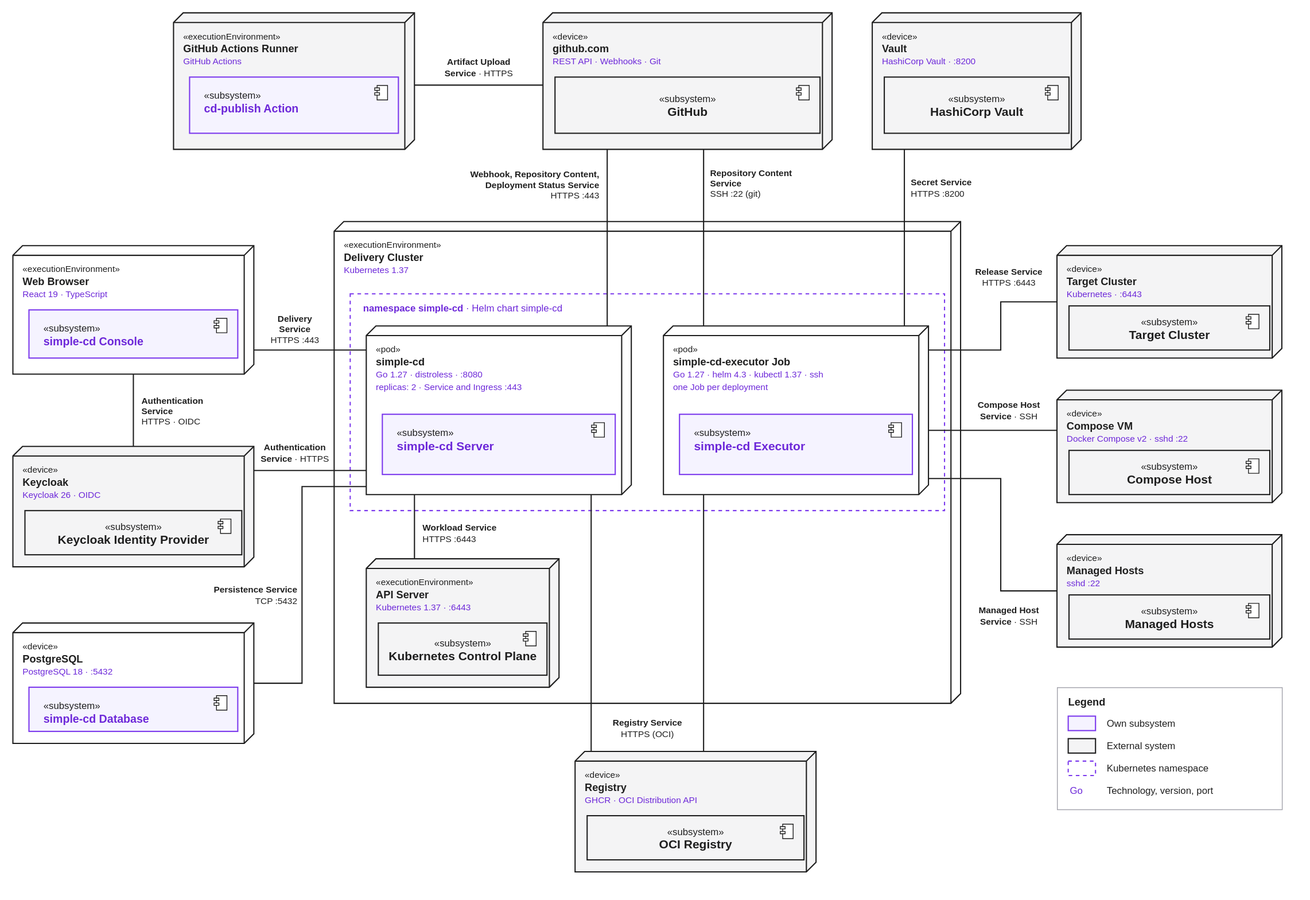
The draw.io diagram docs/architecture/uml/deployment.svg in Mtze/simple-cd, before a commit. Source tidied: cells renumbered, new cells last; positions are measured from the earlier drawing's top-left corner, leaving out a move shared by most shapes.
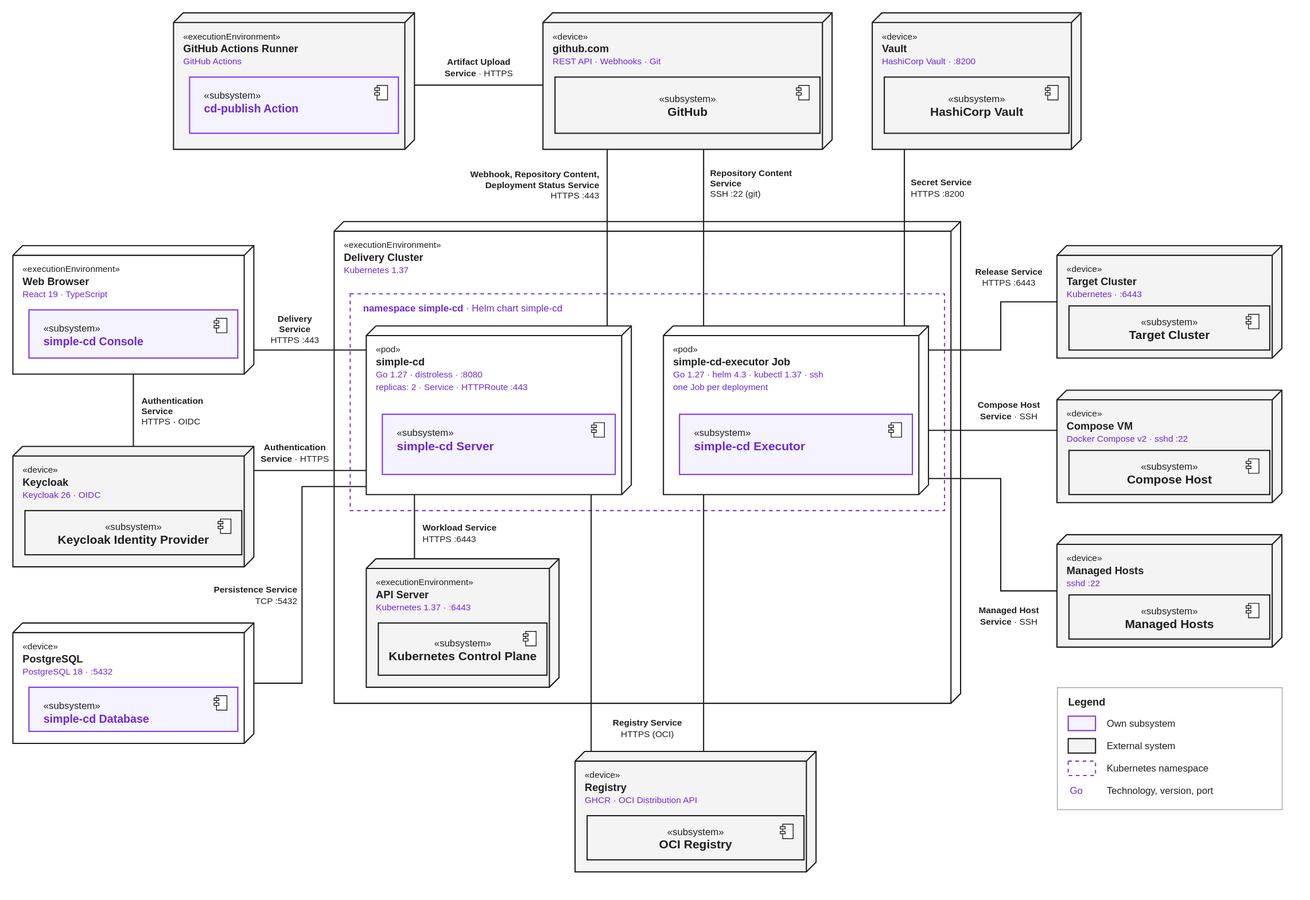
Above is the later version.

The edit, as a diff of the source:
```diff
@@ -11,7 +11,7 @@
     <mxCell id="4" value="&lt;span style=&quot;color:#6D28D9;&quot;&gt;&lt;b&gt;namespace simple-cd&lt;/b&gt; · Helm chart simple-cd&lt;/span&gt;" style="text;html=1;align=left;verticalAlign=middle;whiteSpace=wrap;fontFamily=Helvetica;fontSize=13;fontColor=#1F1F1F;fontSize=12;" parent="1" vertex="1">
       <mxGeometry x="434" y="356" width="712" height="24" as="geometry" />
     </mxCell>
-    <mxCell id="5" value="&lt;span style=&quot;font-size:11px;&quot;&gt;«pod»&lt;/span&gt;&lt;br/&gt;&lt;b style=&quot;color:#1F1F1F;&quot;&gt;simple-cd&lt;/b&gt;&lt;br/&gt;&lt;span style=&quot;color:#6D28D9;font-size:11px;&quot;&gt;Go 1.27 · distroless · :8080&lt;br/&gt;replicas: 2 · Service and Ingress :443&lt;/span&gt;" style="shape=cube;size=12;flipH=1;html=1;whiteSpace=wrap;verticalAlign=top;align=left;spacingLeft=10;spacingTop=14;strokeColor=#1F1F1F;strokeWidth=1.5;fillColor=#FFFFFF;fontFamily=Helvetica;fontSize=13;fontColor=#1F1F1F;" parent="1" vertex="1">
+    <mxCell id="5" value="&lt;span style=&quot;font-size:11px;&quot;&gt;«pod»&lt;/span&gt;&lt;br/&gt;&lt;b style=&quot;color:#1F1F1F;&quot;&gt;simple-cd&lt;/b&gt;&lt;br/&gt;&lt;span style=&quot;color:#6D28D9;font-size:11px;&quot;&gt;Go 1.27 · distroless · :8080&lt;br/&gt;replicas: 2 · Service · HTTPRoute :443&lt;/span&gt;" style="shape=cube;size=12;flipH=1;html=1;whiteSpace=wrap;verticalAlign=top;align=left;spacingLeft=10;spacingTop=14;strokeColor=#1F1F1F;strokeWidth=1.5;fillColor=#FFFFFF;fontFamily=Helvetica;fontSize=13;fontColor=#1F1F1F;" parent="1" vertex="1">
       <mxGeometry x="440" y="390" width="330" height="210" as="geometry" />
     </mxCell>
     <mxCell id="6" value="&lt;span style=&quot;font-size:12px;&quot;&gt;«subsystem»&lt;/span&gt;&lt;br/&gt;&lt;b style=&quot;font-size:15px;color:#6D28D9;&quot;&gt;simple-cd Server&lt;/b&gt;" style="html=1;whiteSpace=wrap;rounded=0;verticalAlign=top;align=left;spacingLeft=16;spacingTop=8;strokeColor=#7C3AED;strokeWidth=1.5;fillColor=#F5F3FF;fontFamily=Helvetica;fontSize=13;fontColor=#1F1F1F;" parent="1" vertex="1">
```
